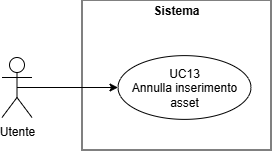
The draw.io diagram src/images/diagrammiUML/UC-13.png in CoderiusGroup/Documentazione, before a commit. Source tidied: cells renumbered, new cells last; positions are measured from the earlier drawing's top-left corner, leaving out a move shared by most shapes.
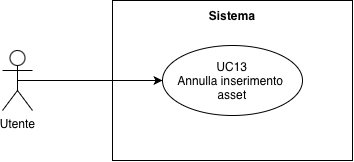
Above is the later version.

Diff of the diagram source:
```diff
@@ -1,18 +1,21 @@
 <mxGraphModel>
   <root>
-    <mxCell id="0" />
+    <mxCell id="0" style="html=1;" />
-    <mxCell id="1" parent="0" />
+    <mxCell id="1" style="html=1;" parent="0" />
-    <mxCell id="2" value="&lt;p style=&quot;margin:0px;margin-top:4px;text-align:center;&quot;&gt;&lt;b&gt;Sistema&lt;/b&gt;&lt;/p&gt;" style="verticalAlign=top;align=left;overflow=fill;html=1;whiteSpace=wrap;fontColor=#000000;" parent="1" vertex="1">
-      <mxGeometry x="80" width="189" height="150" as="geometry" />
-    </mxCell>
-    <mxCell id="3" style="edgeStyle=orthogonalEdgeStyle;rounded=0;jettySize=auto;html=1;exitX=0.5;exitY=0.5;exitDx=0;exitDy=0;exitPerimeter=0;entryX=0;entryY=0.5;entryDx=0;entryDy=0;" parent="1" edge="1" source="4" target="5">
-      <mxGeometry relative="1" as="geometry" />
-    </mxCell>
+    <mxCell id="6" style="rounded=0;whiteSpace=wrap;html=1;" parent="1" vertex="1">
+      <mxGeometry x="429" y="195" width="240" height="160" as="geometry" />
+    </mxCell>
-    <mxCell id="4" value="Utente" style="shape=umlActor;verticalLabelPosition=bottom;verticalAlign=top;html=1;outlineConnect=0;" parent="1" vertex="1">
-      <mxGeometry y="57.5" width="30" height="60" as="geometry" />
+    <mxCell id="4" value="Utente" style="shape=umlActor;verticalLabelPosition=bottom;verticalAlign=top;html=1;" parent="1" vertex="1">
+      <mxGeometry x="319" y="245" width="30" height="60" as="geometry" />
     </mxCell>
-    <mxCell id="5" value="UC13&lt;div&gt;Annulla inserimento asset&lt;/div&gt;" style="ellipse;html=1;whiteSpace=wrap;" parent="1" vertex="1">
-      <mxGeometry x="116" y="55.6" width="133" height="63.8" as="geometry" />
+    <mxCell id="5" value="&lt;div&gt;UC13&lt;/div&gt;&lt;div&gt;Annulla inserimento&amp;nbsp;&lt;/div&gt;&lt;div&gt;asset&lt;/div&gt;" style="ellipse;whiteSpace=wrap;html=1;" parent="1" vertex="1">
+      <mxGeometry x="479" y="240" width="140" height="70" as="geometry" />
     </mxCell>
+    <mxCell id="3" style="endArrow=classic;html=1;rounded=0;exitX=0.5;exitY=0.5;exitDx=0;exitDy=0;exitPerimeter=0;entryX=0;entryY=0.5;entryDx=0;entryDy=0;endFill=1;" parent="1" edge="1" source="4" target="5">
+      <mxGeometry relative="1" as="geometry" />
+    </mxCell>
+    <mxCell id="2" value="Sistema" style="text;html=1;whiteSpace=wrap;strokeColor=none;fillColor=none;align=center;verticalAlign=middle;rounded=0;fontStyle=1;" parent="1" vertex="1">
+      <mxGeometry x="519" y="195" width="60" height="30" as="geometry" />
+    </mxCell>
   </root>
 </mxGraphModel>
```
